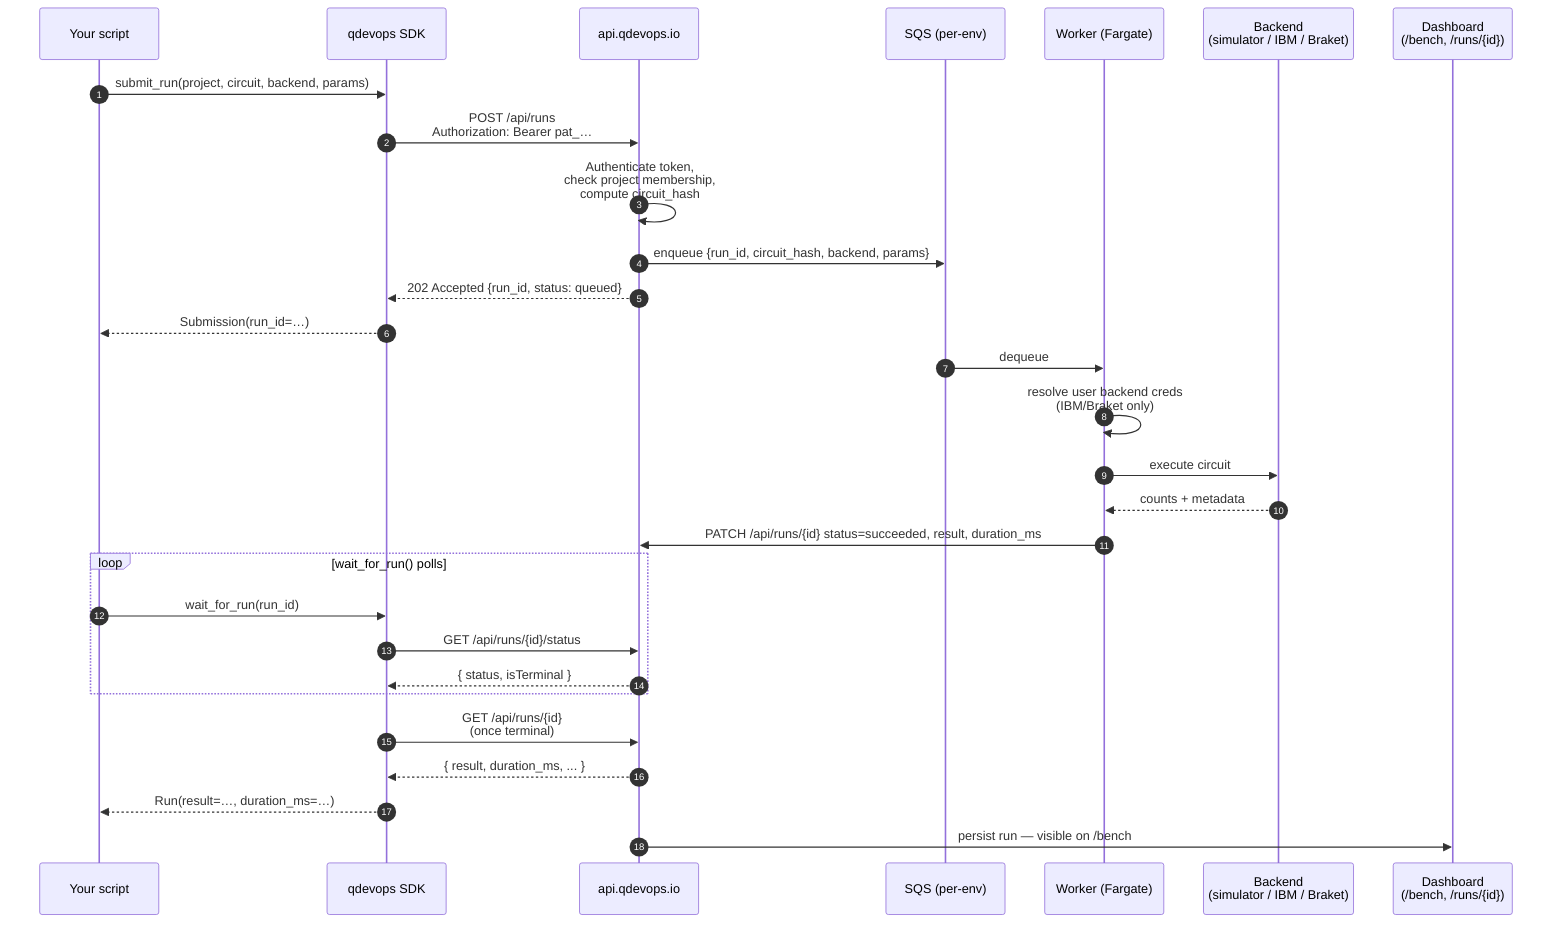
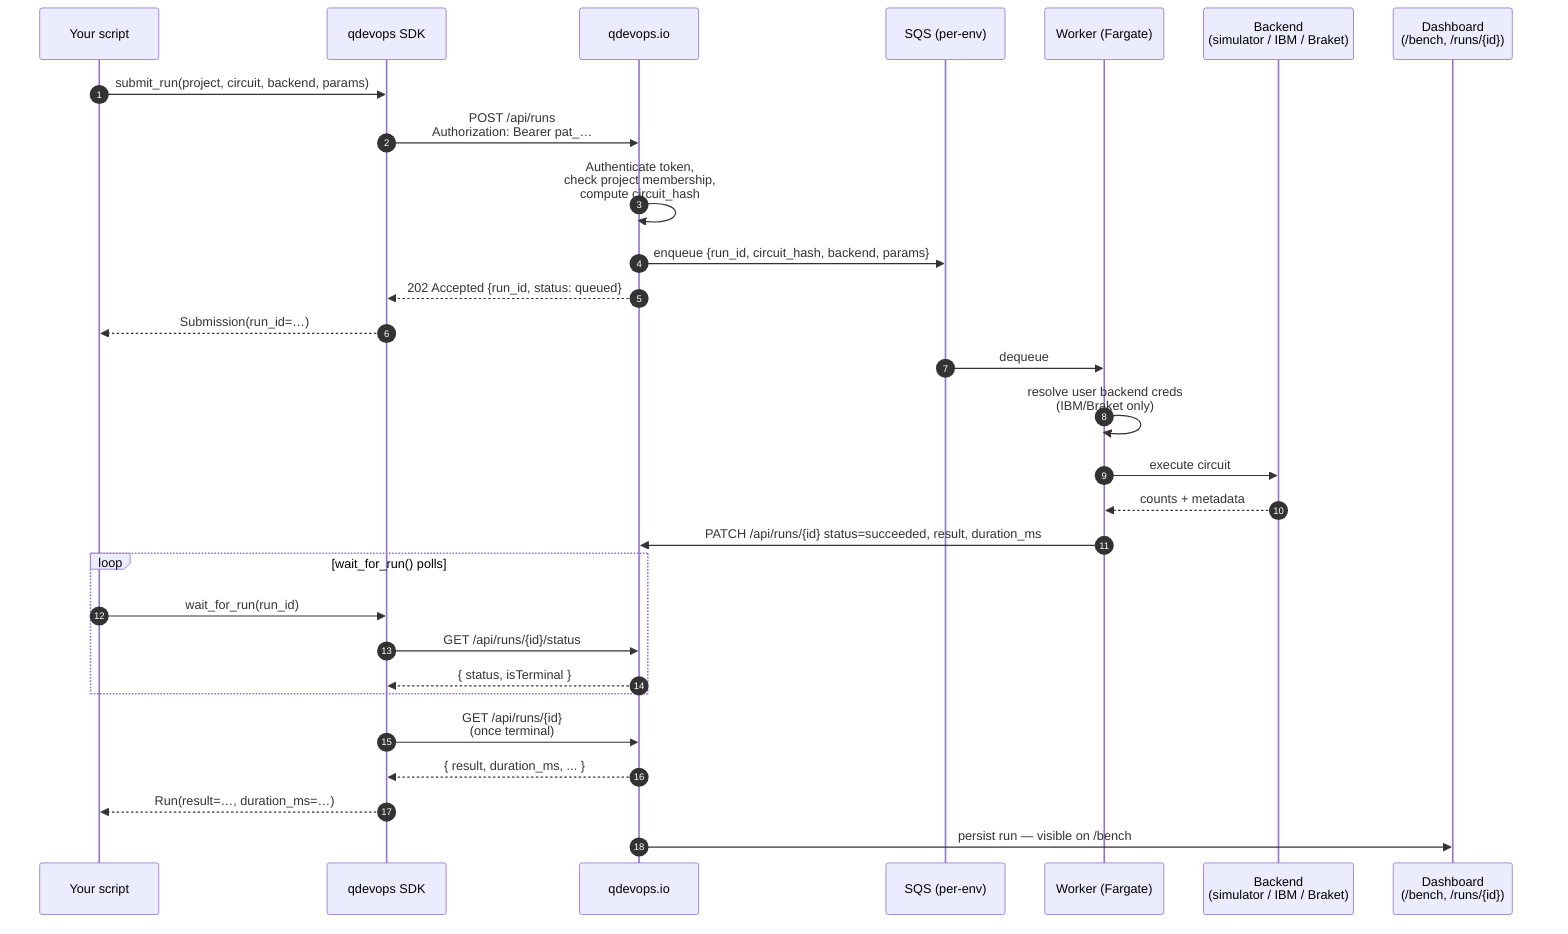
sequenceDiagram
    autonumber
    participant U as Your script
    participant S as qdevops SDK
-     participant A as api.qdevops.io
+     participant A as qdevops.io
    participant Q as SQS (per-env)
    participant W as Worker (Fargate)
    participant B as Backend<br/>(simulator / IBM / Braket)
    participant D as Dashboard<br/>(/bench, /runs/{id})

    U->>S: submit_run(project, circuit, backend, params)
    S->>A: POST /api/runs<br/>Authorization: Bearer pat_…
    A->>A: Authenticate token,<br/>check project membership,<br/>compute circuit_hash
    A->>Q: enqueue {run_id, circuit_hash, backend, params}
    A-->>S: 202 Accepted {run_id, status: queued}
    S-->>U: Submission(run_id=…)

    Q->>W: dequeue
    W->>W: resolve user backend creds<br/>(IBM/Braket only)
    W->>B: execute circuit
    B-->>W: counts + metadata
    W->>A: PATCH /api/runs/{id} status=succeeded, result, duration_ms

    loop wait_for_run() polls
        U->>S: wait_for_run(run_id)
        S->>A: GET /api/runs/{id}/status
        A-->>S: { status, isTerminal }
    end

    S->>A: GET /api/runs/{id}<br/>(once terminal)
    A-->>S: { result, duration_ms, ... }
    S-->>U: Run(result=…, duration_ms=…)

    A->>D: persist run — visible on /bench